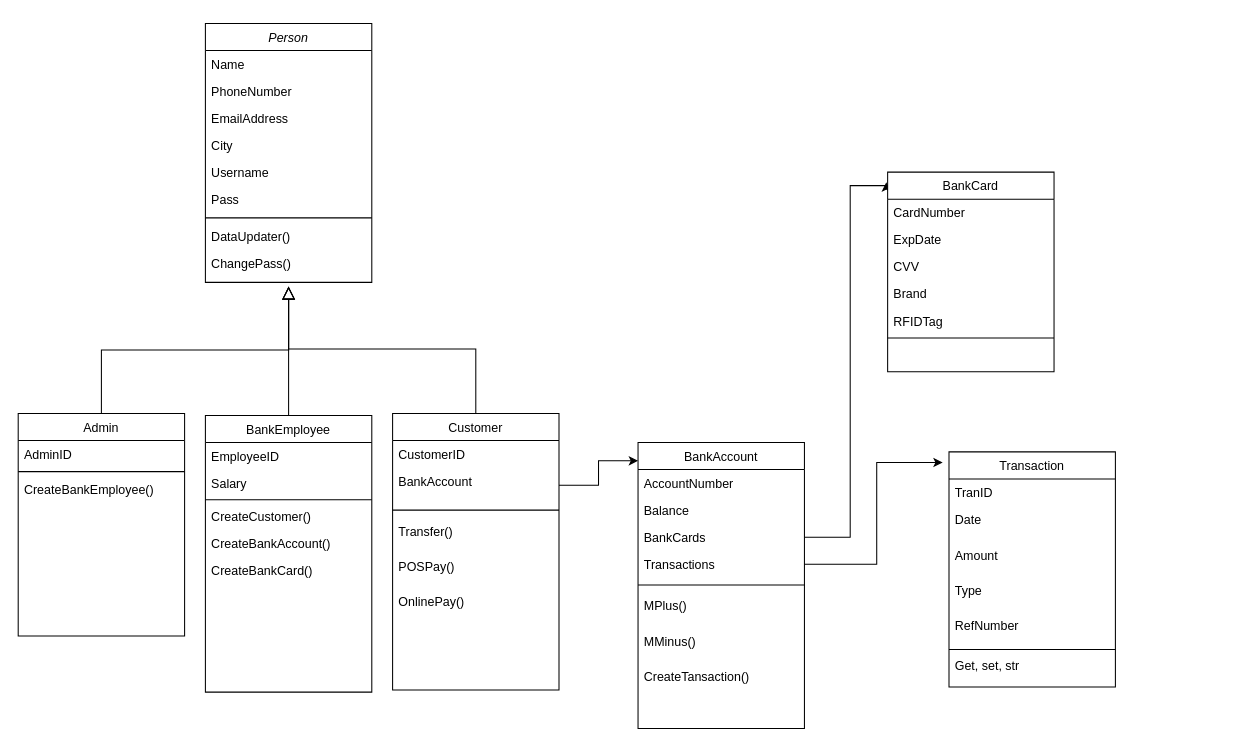
The draw.io diagram OOP Python/Project - Bank/bank.drawio in ladamtla/School, before the edit. Source tidied: cells renumbered, new cells numbered last; positions are measured from the earlier drawing's top-left corner, leaving out a move shared by most shapes. Both pictures are drawn from the tidied source at 104%, with x=0, y=0 at pixel (18, 23).
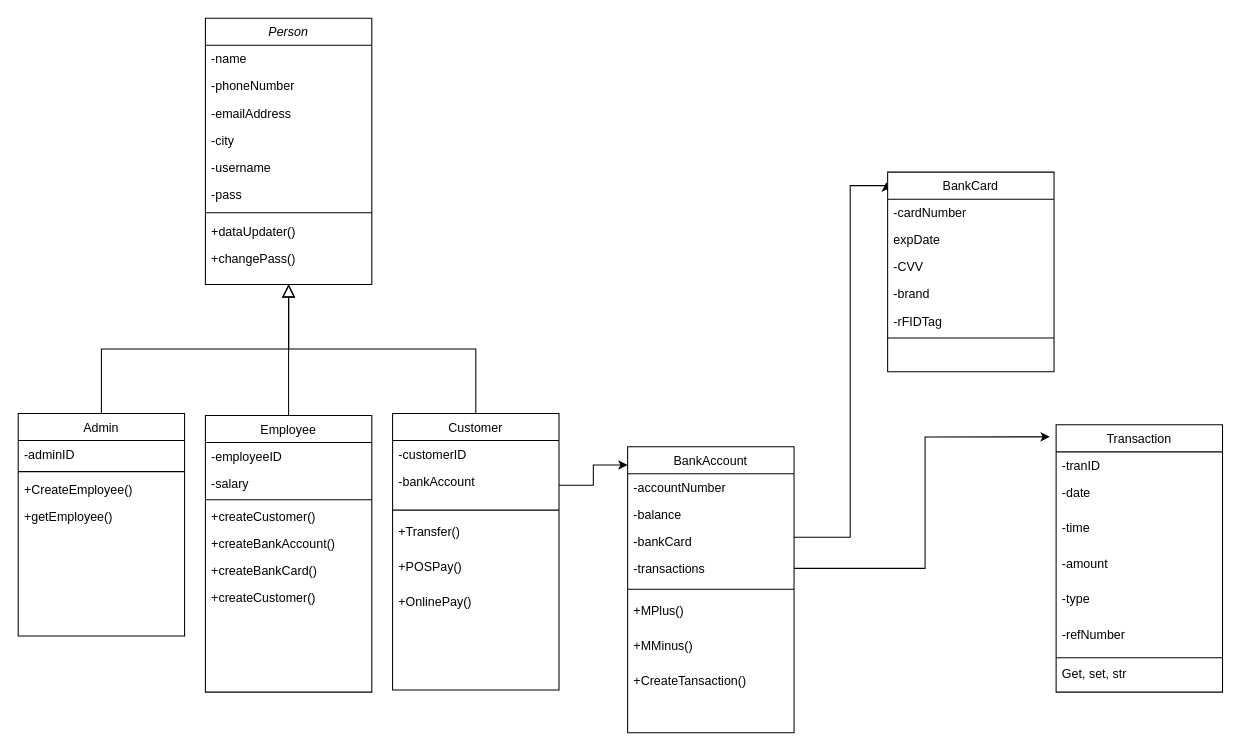
After the change.

The change refers to these unchanged cells:
```xml
<mxCell id="12" value="Admin" style="swimlane;fontStyle=0;align=center;verticalAlign=top;horizontal=1;startSize=26;rounded=0;shadow=0;strokeWidth=1;" parent="1" vertex="1">
  <mxGeometry y="375" width="160" height="214" as="geometry" />
</mxCell>
<mxCell id="25" value="Customer" style="swimlane;fontStyle=0;align=center;verticalAlign=top;horizontal=1;startSize=26;rounded=0;shadow=0;strokeWidth=1;" parent="1" vertex="1">
  <mxGeometry x="360" y="375" width="160" height="266" as="geometry" />
</mxCell>
<mxCell id="44" value="BankCard" style="swimlane;fontStyle=0;align=center;verticalAlign=top;horizontal=1;startSize=26;rounded=0;shadow=0;strokeWidth=1;" parent="1" vertex="1">
  <mxGeometry x="836" y="143" width="160" height="192" as="geometry" />
</mxCell>
```

What changed in the source:
```diff
@@
     <mxCell id="2" value="Person" style="swimlane;fontStyle=2;align=center;verticalAlign=top;horizontal=1;startSize=26;rounded=0;shadow=0;strokeWidth=1;" parent="1" vertex="1">
-      <mxGeometry x="180" width="160" height="249" as="geometry" />
+      <mxGeometry x="180" y="-5" width="160" height="256" as="geometry" />
     </mxCell>
-    <mxCell id="3" value="Name" style="text;align=left;verticalAlign=top;spacingLeft=4;spacingRight=4;overflow=hidden;rounded=0;" parent="2" vertex="1">
+    <mxCell id="3" value="-name" style="text;align=left;verticalAlign=top;spacingLeft=4;spacingRight=4;overflow=hidden;rounded=0;" parent="2" vertex="1">
       <mxGeometry y="26" width="160" height="26" as="geometry" />
     </mxCell>
-    <mxCell id="4" value="PhoneNumber" style="text;align=left;verticalAlign=top;spacingLeft=4;spacingRight=4;overflow=hidden;rounded=0;shadow=0;html=0;" parent="2" vertex="1">
+    <mxCell id="4" value="-phoneNumber" style="text;align=left;verticalAlign=top;spacingLeft=4;spacingRight=4;overflow=hidden;rounded=0;shadow=0;html=0;" parent="2" vertex="1">
       <mxGeometry y="52" width="160" height="26" as="geometry" />
     </mxCell>
-    <mxCell id="5" value="EmailAddress" style="text;align=left;verticalAlign=top;spacingLeft=4;spacingRight=4;overflow=hidden;rounded=0;shadow=0;html=0;" parent="2" vertex="1">
+    <mxCell id="5" value="-emailAddress" style="text;align=left;verticalAlign=top;spacingLeft=4;spacingRight=4;overflow=hidden;rounded=0;shadow=0;html=0;" parent="2" vertex="1">
       <mxGeometry y="78" width="160" height="26" as="geometry" />
     </mxCell>
-    <mxCell id="6" value="City" style="text;align=left;verticalAlign=top;spacingLeft=4;spacingRight=4;overflow=hidden;rounded=0;shadow=0;html=0;" parent="2" vertex="1">
+    <mxCell id="6" value="-city" style="text;align=left;verticalAlign=top;spacingLeft=4;spacingRight=4;overflow=hidden;rounded=0;shadow=0;html=0;" parent="2" vertex="1">
       <mxGeometry y="104" width="160" height="26" as="geometry" />
     </mxCell>
-    <mxCell id="7" value="Username" style="text;align=left;verticalAlign=top;spacingLeft=4;spacingRight=4;overflow=hidden;rounded=0;shadow=0;html=0;" parent="2" vertex="1">
+    <mxCell id="7" value="-username" style="text;align=left;verticalAlign=top;spacingLeft=4;spacingRight=4;overflow=hidden;rounded=0;shadow=0;html=0;" parent="2" vertex="1">
       <mxGeometry y="130" width="160" height="26" as="geometry" />
     </mxCell>
-    <mxCell id="8" value="Pass" style="text;align=left;verticalAlign=top;spacingLeft=4;spacingRight=4;overflow=hidden;rounded=0;shadow=0;html=0;" parent="2" vertex="1">
+    <mxCell id="8" value="-pass" style="text;align=left;verticalAlign=top;spacingLeft=4;spacingRight=4;overflow=hidden;rounded=0;shadow=0;html=0;" parent="2" vertex="1">
       <mxGeometry y="156" width="160" height="26" as="geometry" />
     </mxCell>
@@
-    <mxCell id="10" value="DataUpdater()" style="text;align=left;verticalAlign=top;spacingLeft=4;spacingRight=4;overflow=hidden;rounded=0;shadow=0;html=0;" parent="2" vertex="1">
+    <mxCell id="10" value="+dataUpdater()" style="text;align=left;verticalAlign=top;spacingLeft=4;spacingRight=4;overflow=hidden;rounded=0;shadow=0;html=0;" parent="2" vertex="1">
       <mxGeometry y="192" width="160" height="26" as="geometry" />
     </mxCell>
-    <mxCell id="11" value="ChangePass()" style="text;align=left;verticalAlign=top;spacingLeft=4;spacingRight=4;overflow=hidden;rounded=0;shadow=0;html=0;" parent="2" vertex="1">
+    <mxCell id="11" value="+changePass()" style="text;align=left;verticalAlign=top;spacingLeft=4;spacingRight=4;overflow=hidden;rounded=0;shadow=0;html=0;" parent="2" vertex="1">
       <mxGeometry y="218" width="160" height="26" as="geometry" />
     </mxCell>
@@
-    <mxCell id="13" value="AdminID" style="text;align=left;verticalAlign=top;spacingLeft=4;spacingRight=4;overflow=hidden;rounded=0;" parent="12" vertex="1">
+    <mxCell id="13" value="-adminID" style="text;align=left;verticalAlign=top;spacingLeft=4;spacingRight=4;overflow=hidden;rounded=0;" parent="12" vertex="1">
       <mxGeometry y="26" width="160" height="26" as="geometry" />
     </mxCell>
@@
-    <mxCell id="15" value="CreateBankEmployee()" style="text;align=left;verticalAlign=top;spacingLeft=4;spacingRight=4;overflow=hidden;rounded=0;" parent="12" vertex="1">
+    <mxCell id="15" value="+CreateEmployee()" style="text;align=left;verticalAlign=top;spacingLeft=4;spacingRight=4;overflow=hidden;rounded=0;" parent="12" vertex="1">
       <mxGeometry y="60" width="160" height="26" as="geometry" />
     </mxCell>
+    <mxCell id="60" value="+getEmployee()" style="text;align=left;verticalAlign=top;spacingLeft=4;spacingRight=4;overflow=hidden;rounded=0;" parent="12" vertex="1">
+      <mxGeometry y="86" width="160" height="26" as="geometry" />
+    </mxCell>
-    <mxCell id="16" style="endArrow=block;endSize=10;endFill=0;shadow=0;strokeWidth=1;rounded=0;edgeStyle=elbowEdgeStyle;elbow=vertical;" parent="1" edge="1" source="12">
-      <mxGeometry relative="1" as="geometry">
-        <mxPoint x="260" y="253" as="targetPoint" />
-      </mxGeometry>
+    <mxCell id="16" style="endArrow=block;endSize=10;endFill=0;shadow=0;strokeWidth=1;rounded=0;edgeStyle=elbowEdgeStyle;elbow=vertical;entryX=0.5;entryY=1;entryDx=0;entryDy=0;" parent="1" edge="1" source="12" target="2">
+      <mxGeometry relative="1" as="geometry" />
     </mxCell>
-    <mxCell id="17" value="BankEmployee" style="swimlane;fontStyle=0;align=center;verticalAlign=top;horizontal=1;startSize=26;rounded=0;shadow=0;strokeWidth=1;" parent="1" vertex="1">
+    <mxCell id="17" value="Employee" style="swimlane;fontStyle=0;align=center;verticalAlign=top;horizontal=1;startSize=26;rounded=0;shadow=0;strokeWidth=1;" parent="1" vertex="1">
       <mxGeometry x="180" y="377" width="160" height="266" as="geometry" />
     </mxCell>
-    <mxCell id="18" value="EmployeeID" style="text;align=left;verticalAlign=top;spacingLeft=4;spacingRight=4;overflow=hidden;rounded=0;" parent="17" vertex="1">
+    <mxCell id="18" value="-employeeID" style="text;align=left;verticalAlign=top;spacingLeft=4;spacingRight=4;overflow=hidden;rounded=0;" parent="17" vertex="1">
       <mxGeometry y="26" width="160" height="26" as="geometry" />
     </mxCell>
-    <mxCell id="19" value="Salary" style="text;align=left;verticalAlign=top;spacingLeft=4;spacingRight=4;overflow=hidden;rounded=0;" parent="17" vertex="1">
+    <mxCell id="19" value="-salary" style="text;align=left;verticalAlign=top;spacingLeft=4;spacingRight=4;overflow=hidden;rounded=0;" parent="17" vertex="1">
       <mxGeometry y="52" width="160" height="26" as="geometry" />
     </mxCell>
@@
-    <mxCell id="21" value="CreateCustomer()" style="text;align=left;verticalAlign=top;spacingLeft=4;spacingRight=4;overflow=hidden;rounded=0;" parent="17" vertex="1">
+    <mxCell id="21" value="+createCustomer()" style="text;align=left;verticalAlign=top;spacingLeft=4;spacingRight=4;overflow=hidden;rounded=0;" parent="17" vertex="1">
       <mxGeometry y="84" width="160" height="26" as="geometry" />
     </mxCell>
-    <mxCell id="22" value="CreateBankAccount()" style="text;align=left;verticalAlign=top;spacingLeft=4;spacingRight=4;overflow=hidden;rounded=0;" parent="17" vertex="1">
+    <mxCell id="22" value="+createBankAccount()" style="text;align=left;verticalAlign=top;spacingLeft=4;spacingRight=4;overflow=hidden;rounded=0;" parent="17" vertex="1">
       <mxGeometry y="110" width="160" height="26" as="geometry" />
     </mxCell>
-    <mxCell id="23" value="CreateBankCard()" style="text;align=left;verticalAlign=top;spacingLeft=4;spacingRight=4;overflow=hidden;rounded=0;" parent="17" vertex="1">
+    <mxCell id="23" value="+createBankCard()" style="text;align=left;verticalAlign=top;spacingLeft=4;spacingRight=4;overflow=hidden;rounded=0;" parent="17" vertex="1">
       <mxGeometry y="136" width="160" height="26" as="geometry" />
     </mxCell>
+    <mxCell id="61" value="+createCustomer()" style="text;align=left;verticalAlign=top;spacingLeft=4;spacingRight=4;overflow=hidden;rounded=0;" parent="17" vertex="1">
+      <mxGeometry y="162" width="160" height="26" as="geometry" />
+    </mxCell>
-    <mxCell id="24" style="endArrow=block;endSize=10;endFill=0;shadow=0;strokeWidth=1;rounded=0;edgeStyle=elbowEdgeStyle;elbow=vertical;" parent="1" edge="1" source="17">
-      <mxGeometry relative="1" as="geometry">
-        <mxPoint x="260" y="253" as="targetPoint" />
-      </mxGeometry>
+    <mxCell id="24" style="endArrow=block;endSize=10;endFill=0;shadow=0;strokeWidth=1;rounded=0;edgeStyle=elbowEdgeStyle;elbow=vertical;entryX=0.5;entryY=1;entryDx=0;entryDy=0;" parent="1" edge="1" source="17" target="2">
+      <mxGeometry relative="1" as="geometry" />
     </mxCell>
@@
-    <mxCell id="26" value="CustomerID" style="text;align=left;verticalAlign=top;spacingLeft=4;spacingRight=4;overflow=hidden;rounded=0;" parent="25" vertex="1">
+    <mxCell id="26" value="-customerID" style="text;align=left;verticalAlign=top;spacingLeft=4;spacingRight=4;overflow=hidden;rounded=0;" parent="25" vertex="1">
       <mxGeometry y="26" width="160" height="26" as="geometry" />
     </mxCell>
-    <mxCell id="27" value="BankAccount" style="text;align=left;verticalAlign=top;spacingLeft=4;spacingRight=4;overflow=hidden;points=[[0,0.5],[1,0.5]];portConstraint=eastwest;rounded=0;" parent="25" vertex="1">
+    <mxCell id="27" value="-bankAccount" style="text;align=left;verticalAlign=top;spacingLeft=4;spacingRight=4;overflow=hidden;points=[[0,0.5],[1,0.5]];portConstraint=eastwest;rounded=0;" parent="25" vertex="1">
       <mxGeometry y="52" width="160" height="34" as="geometry" />
     </mxCell>
@@
-    <mxCell id="29" value="Transfer()" style="text;align=left;verticalAlign=top;spacingLeft=4;spacingRight=4;overflow=hidden;rounded=0;" parent="25" vertex="1">
+    <mxCell id="29" value="+Transfer()" style="text;align=left;verticalAlign=top;spacingLeft=4;spacingRight=4;overflow=hidden;rounded=0;" parent="25" vertex="1">
       <mxGeometry y="100" width="160" height="34" as="geometry" />
     </mxCell>
-    <mxCell id="30" value="POSPay()" style="text;align=left;verticalAlign=top;spacingLeft=4;spacingRight=4;overflow=hidden;rounded=0;" parent="25" vertex="1">
+    <mxCell id="30" value="+POSPay()" style="text;align=left;verticalAlign=top;spacingLeft=4;spacingRight=4;overflow=hidden;rounded=0;" parent="25" vertex="1">
       <mxGeometry y="134" width="160" height="34" as="geometry" />
     </mxCell>
-    <mxCell id="31" value="OnlinePay()" style="text;align=left;verticalAlign=top;spacingLeft=4;spacingRight=4;overflow=hidden;rounded=0;" parent="25" vertex="1">
+    <mxCell id="31" value="+OnlinePay()" style="text;align=left;verticalAlign=top;spacingLeft=4;spacingRight=4;overflow=hidden;rounded=0;" parent="25" vertex="1">
       <mxGeometry y="168" width="160" height="34" as="geometry" />
     </mxCell>
-    <mxCell id="32" style="endArrow=block;endSize=10;endFill=0;shadow=0;strokeWidth=1;rounded=0;edgeStyle=elbowEdgeStyle;elbow=vertical;exitX=0.5;exitY=0;exitDx=0;exitDy=0;" parent="1" edge="1" source="25">
+    <mxCell id="32" style="endArrow=block;endSize=10;endFill=0;shadow=0;strokeWidth=1;rounded=0;edgeStyle=elbowEdgeStyle;elbow=vertical;exitX=0.5;exitY=0;exitDx=0;exitDy=0;entryX=0.5;entryY=1;entryDx=0;entryDy=0;" parent="1" edge="1" source="25" target="2">
       <mxGeometry relative="1" as="geometry">
-        <mxPoint x="260" y="253" as="targetPoint" />
         <Array as="points">
           <mxPoint x="344" y="313" />
         </Array>
       </mxGeometry>
     </mxCell>
@@
     <mxCell id="34" value="BankAccount" style="swimlane;fontStyle=0;align=center;verticalAlign=top;horizontal=1;startSize=26;rounded=0;shadow=0;strokeWidth=1;" parent="1" vertex="1">
-      <mxGeometry x="596" y="403" width="160" height="275" as="geometry" />
+      <mxGeometry x="586" y="407" width="160" height="275" as="geometry" />
     </mxCell>
-    <mxCell id="35" value="AccountNumber" style="text;align=left;verticalAlign=top;spacingLeft=4;spacingRight=4;overflow=hidden;rounded=0;" parent="34" vertex="1">
+    <mxCell id="35" value="-accountNumber" style="text;align=left;verticalAlign=top;spacingLeft=4;spacingRight=4;overflow=hidden;rounded=0;" parent="34" vertex="1">
       <mxGeometry y="26" width="160" height="26" as="geometry" />
     </mxCell>
-    <mxCell id="36" value="Balance" style="text;align=left;verticalAlign=top;spacingLeft=4;spacingRight=4;overflow=hidden;rounded=0;" parent="34" vertex="1">
+    <mxCell id="36" value="-balance" style="text;align=left;verticalAlign=top;spacingLeft=4;spacingRight=4;overflow=hidden;rounded=0;" parent="34" vertex="1">
       <mxGeometry y="52" width="160" height="26" as="geometry" />
     </mxCell>
-    <mxCell id="37" value="BankCards" style="text;align=left;verticalAlign=top;spacingLeft=4;spacingRight=4;overflow=hidden;points=[[0,0.5],[1,0.5]];portConstraint=eastwest;rounded=0;" parent="34" vertex="1">
+    <mxCell id="37" value="-bankCard" style="text;align=left;verticalAlign=top;spacingLeft=4;spacingRight=4;overflow=hidden;points=[[0,0.5],[1,0.5]];portConstraint=eastwest;rounded=0;" parent="34" vertex="1">
       <mxGeometry y="78" width="160" height="26" as="geometry" />
     </mxCell>
-    <mxCell id="38" value="Transactions" style="text;align=left;verticalAlign=top;spacingLeft=4;spacingRight=4;overflow=hidden;points=[[0,0.5],[1,0.5]];portConstraint=eastwest;rounded=0;" parent="34" vertex="1">
+    <mxCell id="38" value="-transactions" style="text;align=left;verticalAlign=top;spacingLeft=4;spacingRight=4;overflow=hidden;points=[[0,0.5],[1,0.5]];portConstraint=eastwest;rounded=0;" parent="34" vertex="1">
       <mxGeometry y="104" width="160" height="26" as="geometry" />
     </mxCell>
@@
-    <mxCell id="40" value="MPlus()" style="text;align=left;verticalAlign=top;spacingLeft=4;spacingRight=4;overflow=hidden;rounded=0;" parent="34" vertex="1">
+    <mxCell id="40" value="+MPlus()" style="text;align=left;verticalAlign=top;spacingLeft=4;spacingRight=4;overflow=hidden;rounded=0;" parent="34" vertex="1">
       <mxGeometry y="144" width="160" height="34" as="geometry" />
     </mxCell>
-    <mxCell id="41" value="MMinus()" style="text;align=left;verticalAlign=top;spacingLeft=4;spacingRight=4;overflow=hidden;rounded=0;" parent="34" vertex="1">
+    <mxCell id="41" value="+MMinus()" style="text;align=left;verticalAlign=top;spacingLeft=4;spacingRight=4;overflow=hidden;rounded=0;" parent="34" vertex="1">
       <mxGeometry y="178" width="160" height="34" as="geometry" />
     </mxCell>
-    <mxCell id="42" value="CreateTansaction()" style="text;align=left;verticalAlign=top;spacingLeft=4;spacingRight=4;overflow=hidden;rounded=0;" parent="34" vertex="1">
+    <mxCell id="42" value="+CreateTansaction()" style="text;align=left;verticalAlign=top;spacingLeft=4;spacingRight=4;overflow=hidden;rounded=0;" parent="34" vertex="1">
       <mxGeometry y="212" width="160" height="34" as="geometry" />
     </mxCell>
@@
-    <mxCell id="45" value="CardNumber" style="text;align=left;verticalAlign=top;spacingLeft=4;spacingRight=4;overflow=hidden;rounded=0;" parent="44" vertex="1">
+    <mxCell id="45" value="-cardNumber" style="text;align=left;verticalAlign=top;spacingLeft=4;spacingRight=4;overflow=hidden;rounded=0;" parent="44" vertex="1">
       <mxGeometry y="26" width="160" height="26" as="geometry" />
     </mxCell>
-    <mxCell id="46" value="ExpDate" style="text;align=left;verticalAlign=top;spacingLeft=4;spacingRight=4;overflow=hidden;rounded=0;" parent="44" vertex="1">
+    <mxCell id="46" value="expDate" style="text;align=left;verticalAlign=top;spacingLeft=4;spacingRight=4;overflow=hidden;rounded=0;" parent="44" vertex="1">
       <mxGeometry y="52" width="160" height="26" as="geometry" />
     </mxCell>
-    <mxCell id="47" value="CVV" style="text;align=left;verticalAlign=top;spacingLeft=4;spacingRight=4;overflow=hidden;rounded=0;" parent="44" vertex="1">
+    <mxCell id="47" value="-CVV" style="text;align=left;verticalAlign=top;spacingLeft=4;spacingRight=4;overflow=hidden;rounded=0;" parent="44" vertex="1">
       <mxGeometry y="78" width="160" height="26" as="geometry" />
     </mxCell>
-    <mxCell id="48" value="Brand" style="text;align=left;verticalAlign=top;spacingLeft=4;spacingRight=4;overflow=hidden;rounded=0;" parent="44" vertex="1">
+    <mxCell id="48" value="-brand" style="text;align=left;verticalAlign=top;spacingLeft=4;spacingRight=4;overflow=hidden;rounded=0;" parent="44" vertex="1">
       <mxGeometry y="104" width="160" height="26" as="geometry" />
     </mxCell>
-    <mxCell id="49" value="RFIDTag" style="text;align=left;verticalAlign=top;spacingLeft=4;spacingRight=4;overflow=hidden;rounded=0;html=1;labelBackgroundColor=none;labelBorderColor=none;" parent="44" vertex="1">
+    <mxCell id="49" value="-rFIDTag" style="text;align=left;verticalAlign=top;spacingLeft=4;spacingRight=4;overflow=hidden;rounded=0;html=1;labelBackgroundColor=none;labelBorderColor=none;" parent="44" vertex="1">
       <mxGeometry y="130" width="160" height="26" as="geometry" />
     </mxCell>
@@
     <mxCell id="51" value="Transaction" style="swimlane;fontStyle=0;align=center;verticalAlign=top;horizontal=1;startSize=26;rounded=0;shadow=0;strokeWidth=1;" parent="1" vertex="1">
-      <mxGeometry x="895" y="412" width="160" height="226" as="geometry" />
+      <mxGeometry x="998" y="386" width="160" height="257" as="geometry" />
     </mxCell>
-    <mxCell id="52" value="TranID" style="text;align=left;verticalAlign=top;spacingLeft=4;spacingRight=4;overflow=hidden;rounded=0;" parent="51" vertex="1">
+    <mxCell id="52" value="-tranID" style="text;align=left;verticalAlign=top;spacingLeft=4;spacingRight=4;overflow=hidden;rounded=0;" parent="51" vertex="1">
       <mxGeometry y="26" width="160" height="26" as="geometry" />
     </mxCell>
-    <mxCell id="53" value="Date" style="text;align=left;verticalAlign=top;spacingLeft=4;spacingRight=4;overflow=hidden;rounded=0;" parent="51" vertex="1">
+    <mxCell id="53" value="-date" style="text;align=left;verticalAlign=top;spacingLeft=4;spacingRight=4;overflow=hidden;rounded=0;" parent="51" vertex="1">
       <mxGeometry y="52" width="160" height="34" as="geometry" />
     </mxCell>
+    <mxCell id="62" value="-time" style="text;align=left;verticalAlign=top;spacingLeft=4;spacingRight=4;overflow=hidden;rounded=0;" parent="51" vertex="1">
+      <mxGeometry y="86" width="160" height="34" as="geometry" />
+    </mxCell>
-    <mxCell id="54" value="Amount" style="text;align=left;verticalAlign=top;spacingLeft=4;spacingRight=4;overflow=hidden;rounded=0;" parent="51" vertex="1">
-      <mxGeometry y="86" width="160" height="34" as="geometry" />
+    <mxCell id="54" value="-amount" style="text;align=left;verticalAlign=top;spacingLeft=4;spacingRight=4;overflow=hidden;rounded=0;" parent="51" vertex="1">
+      <mxGeometry y="120" width="160" height="34" as="geometry" />
     </mxCell>
-    <mxCell id="55" value="Type" style="text;align=left;verticalAlign=top;spacingLeft=4;spacingRight=4;overflow=hidden;rounded=0;" parent="51" vertex="1">
-      <mxGeometry y="120" width="160" height="34" as="geometry" />
+    <mxCell id="55" value="-type" style="text;align=left;verticalAlign=top;spacingLeft=4;spacingRight=4;overflow=hidden;rounded=0;" parent="51" vertex="1">
+      <mxGeometry y="154" width="160" height="34" as="geometry" />
     </mxCell>
-    <mxCell id="56" value="RefNumber" style="text;align=left;verticalAlign=top;spacingLeft=4;spacingRight=4;overflow=hidden;rounded=0;" parent="51" vertex="1">
-      <mxGeometry y="154" width="160" height="34" as="geometry" />
+    <mxCell id="56" value="-refNumber" style="text;align=left;verticalAlign=top;spacingLeft=4;spacingRight=4;overflow=hidden;rounded=0;" parent="51" vertex="1">
+      <mxGeometry y="188" width="160" height="34" as="geometry" />
     </mxCell>
     <mxCell id="57" style="line;html=1;strokeWidth=1;align=left;verticalAlign=middle;spacingTop=-1;spacingLeft=3;spacingRight=3;labelPosition=right;rounded=0;" parent="51" vertex="1">
-      <mxGeometry y="188" width="160" height="4" as="geometry" />
+      <mxGeometry y="222" width="160" height="4" as="geometry" />
     </mxCell>
     <mxCell id="58" value="Get, set, str" style="text;align=left;verticalAlign=top;spacingLeft=4;spacingRight=4;overflow=hidden;rounded=0;" parent="51" vertex="1">
-      <mxGeometry y="192" width="160" height="26" as="geometry" />
+      <mxGeometry y="226" width="160" height="26" as="geometry" />
     </mxCell>
```
